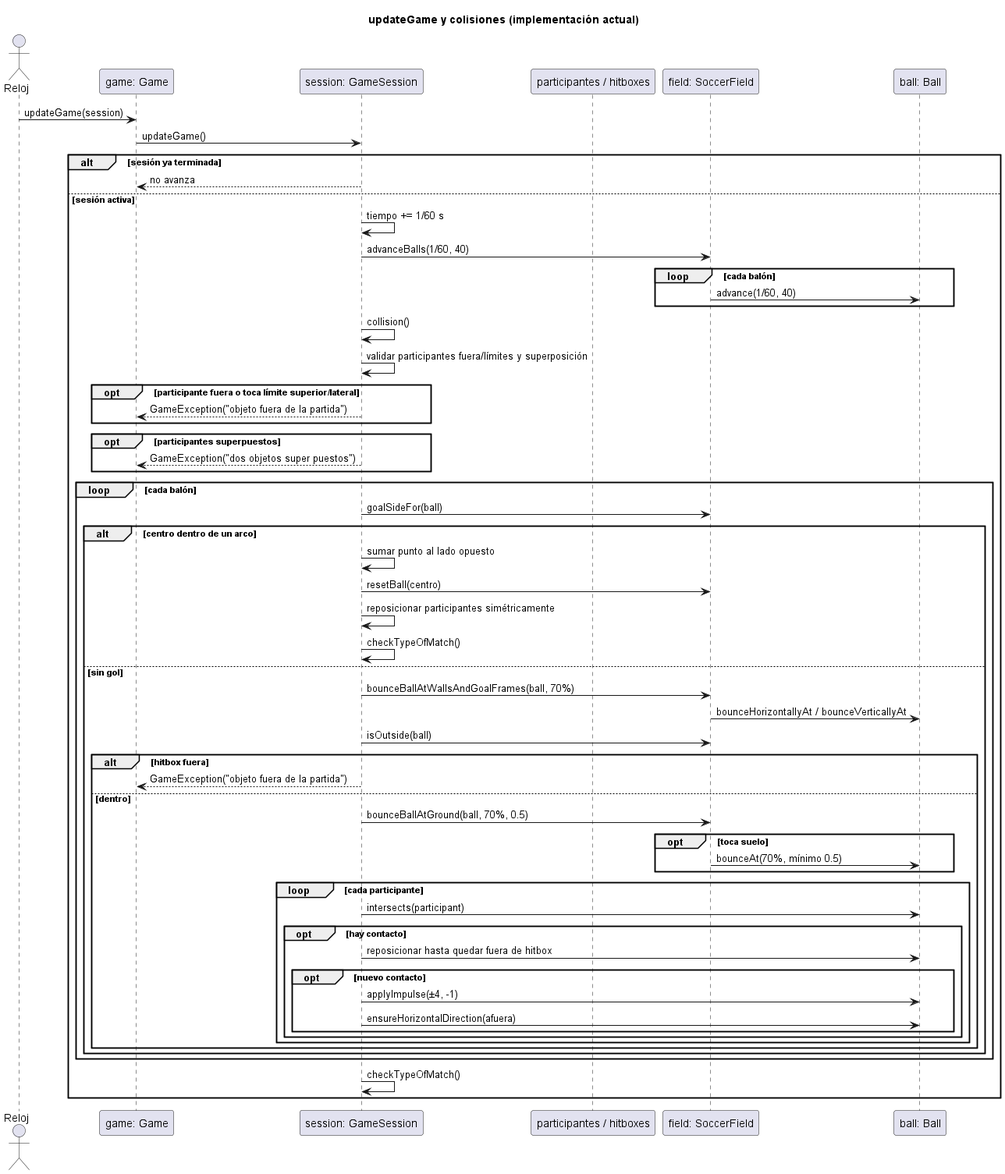
PaglkG/ProyectoFinal-Dopo keeps this PlantUML diagram as docs/uml/capturas/domain-sequences_007.png. Above is the earlier version.
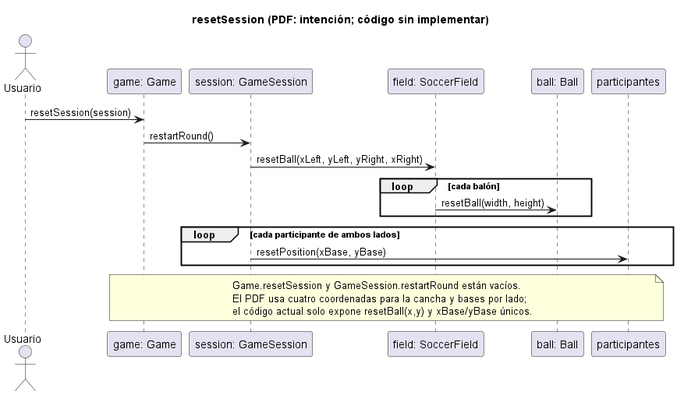
Later version of the same file.

The edit, as a diff of the source:
```diff
@@ -1,60 +1,23 @@
 @startuml
-title updateGame y colisiones (implementación actual)
-actor Reloj
+title resetSession (PDF: intención; código sin implementar)
+actor Usuario
 participant "game: Game" as G
 participant "session: GameSession" as S
-participant "participantes / hitboxes" as P
 participant "field: SoccerField" as F
 participant "ball: Ball" as B
-Reloj -> G: updateGame(session)
-G -> S: updateGame()
-alt sesión ya terminada
-  S --> G: no avanza
-else sesión activa
-  S -> S: tiempo += 1/60 s
-  S -> F: advanceBalls(1/60, 40)
-  loop cada balón
-    F -> B: advance(1/60, 40)
-  end
-  S -> S: collision()
-  S -> S: validar participantes fuera/límites y superposición
-  opt participante fuera o toca límite superior/lateral
-    S --> G: GameException("objeto fuera de la partida")
-  end
-  opt participantes superpuestos
-    S --> G: GameException("dos objetos super puestos")
-  end
-  loop cada balón
-    S -> F: goalSideFor(ball)
-    alt centro dentro de un arco
-      S -> S: sumar punto al lado opuesto
-      S -> F: resetBall(centro)
-      S -> S: reposicionar participantes simétricamente
-      S -> S: checkTypeOfMatch()
-    else sin gol
-      S -> F: bounceBallAtWallsAndGoalFrames(ball, 70%)
-      F -> B: bounceHorizontallyAt / bounceVerticallyAt
-      S -> F: isOutside(ball)
-      alt hitbox fuera
-        S --> G: GameException("objeto fuera de la partida")
-      else dentro
-        S -> F: bounceBallAtGround(ball, 70%, 0.5)
-        opt toca suelo
-          F -> B: bounceAt(70%, mínimo 0.5)
-        end
-        loop cada participante
-          S -> B: intersects(participant)
-          opt hay contacto
-            S -> B: reposicionar hasta quedar fuera de hitbox
-            opt nuevo contacto
-              S -> B: applyImpulse(±4, -1)
-              S -> B: ensureHorizontalDirection(afuera)
-            end
-          end
-        end
-      end
-    end
-  end
-  S -> S: checkTypeOfMatch()
+participant "participantes" as P
+Usuario -> G: resetSession(session)
+G -> S: restartRound()
+S -> F: resetBall(xLeft, yLeft, yRight, xRight)
+loop cada balón
+  F -> B: resetBall(width, height)
 end
+loop cada participante de ambos lados
+  S -> P: resetPosition(xBase, yBase)
+end
+note over G,P
+  Game.resetSession y GameSession.restartRound están vacíos.
+  El PDF usa cuatro coordenadas para la cancha y bases por lado;
+  el código actual solo expone resetBall(x,y) y xBase/yBase únicos.
+end note
 @enduml
```
